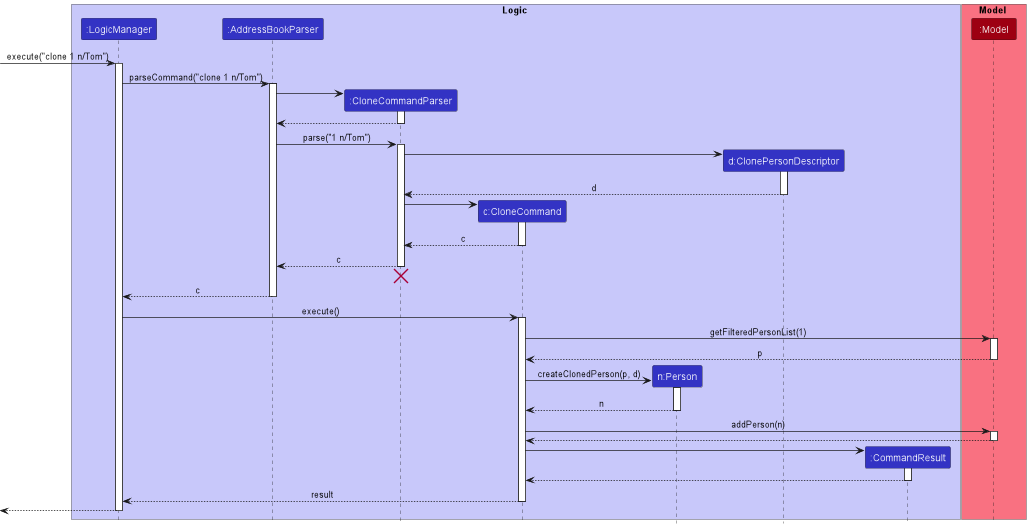
The PlantUML diagram docs/images/CloneSequenceDiagram.png in nus-cs2103-AY2223S1/tp, before a commit.
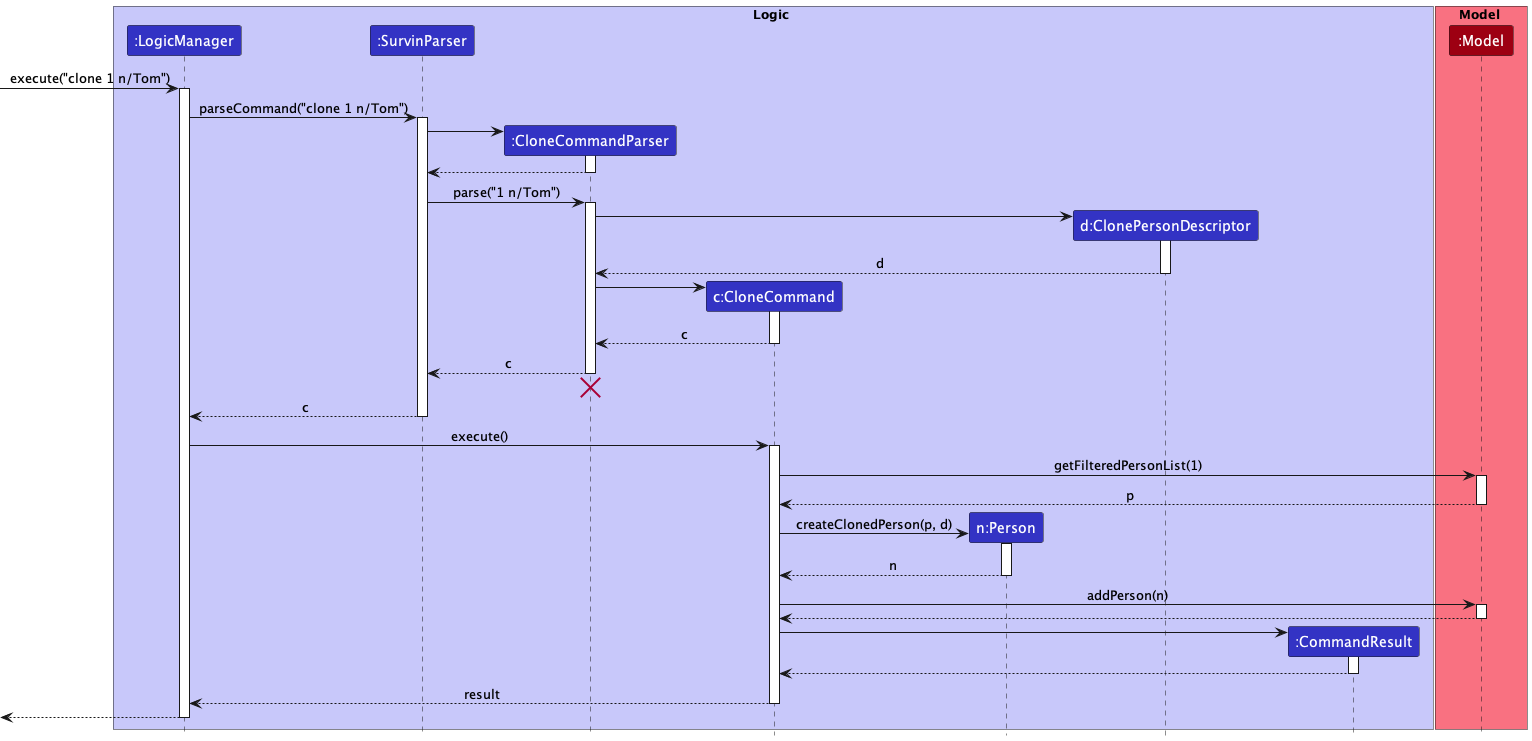
After the change.

Change to the diagram source:
```diff
@@ -3,7 +3,7 @@
 
 box Logic LOGIC_COLOR_T1
 participant ":LogicManager" as LogicManager LOGIC_COLOR
-participant ":AddressBookParser" as AddressBookParser LOGIC_COLOR
+participant ":SurvinParser" as SurvinParser LOGIC_COLOR
 participant ":CloneCommandParser" as CloneCommandParser LOGIC_COLOR
 participant "c:CloneCommand" as CloneCommand LOGIC_COLOR
 participant "n:Person" as Person LOGIC_COLOR
@@ -18,17 +18,17 @@
 [-> LogicManager : execute("clone 1 n/Tom")
 activate LogicManager
 
-LogicManager -> AddressBookParser : parseCommand("clone 1 n/Tom")
-activate AddressBookParser
+LogicManager -> SurvinParser : parseCommand("clone 1 n/Tom")
+activate SurvinParser
 
 create CloneCommandParser
-AddressBookParser -> CloneCommandParser
+SurvinParser -> CloneCommandParser
 activate CloneCommandParser
 
-CloneCommandParser --> AddressBookParser
+CloneCommandParser --> SurvinParser
 deactivate CloneCommandParser
 
-AddressBookParser -> CloneCommandParser : parse("1 n/Tom")
+SurvinParser -> CloneCommandParser : parse("1 n/Tom")
 activate CloneCommandParser
 
 create ClonePersonDescriptor
@@ -45,13 +45,13 @@
 CloneCommand --> CloneCommandParser : c
 deactivate CloneCommand
 
-CloneCommandParser --> AddressBookParser : c
+CloneCommandParser --> SurvinParser : c
 deactivate CloneCommandParser
-CloneCommandParser -[hidden]-> AddressBookParser
+CloneCommandParser -[hidden]-> SurvinParser
 destroy CloneCommandParser
 
-AddressBookParser --> LogicManager : c
-deactivate AddressBookParser
+SurvinParser --> LogicManager : c
+deactivate SurvinParser
 
 LogicManager -> CloneCommand : execute()
 activate CloneCommand
```
